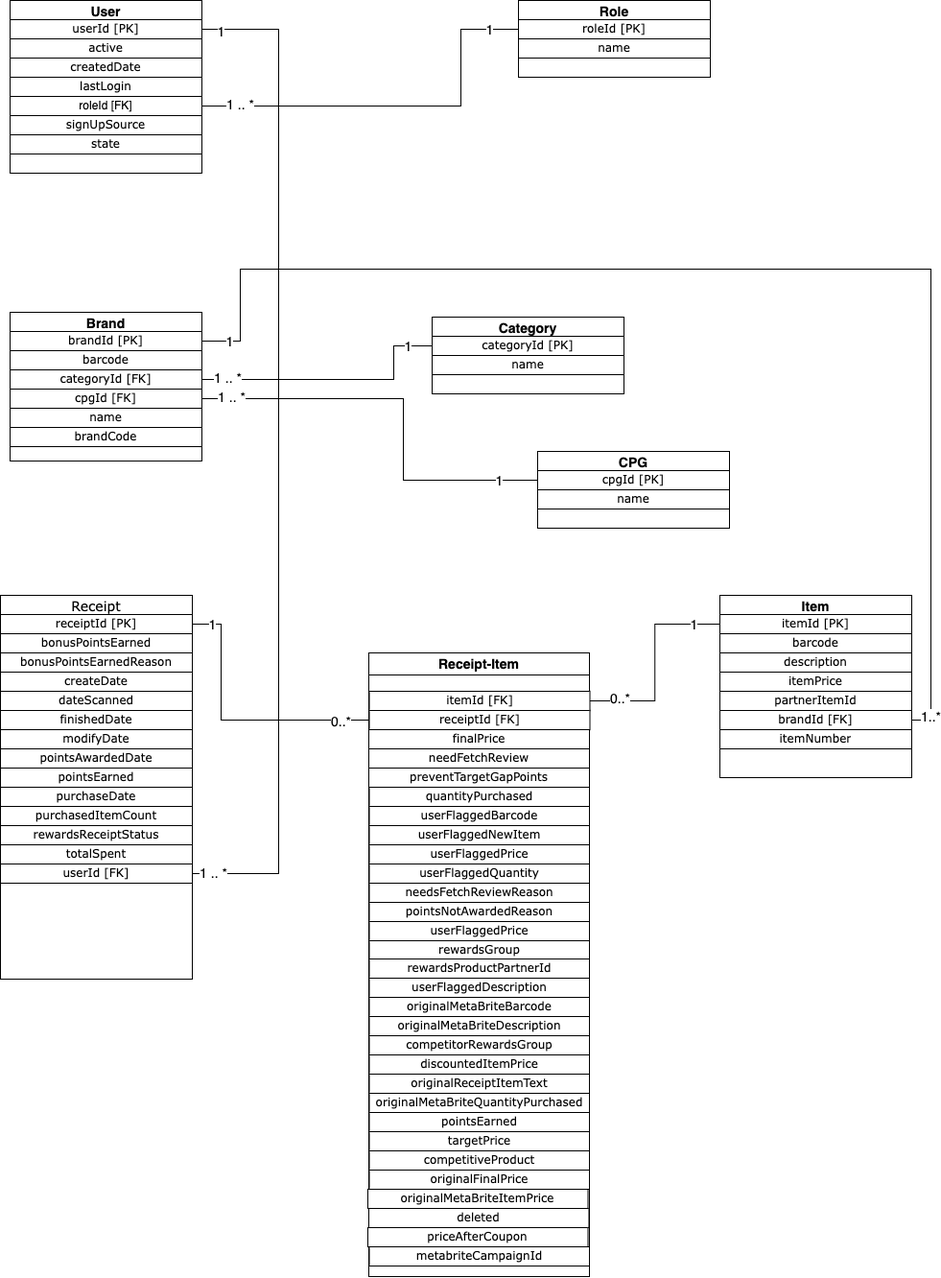
This is data-model.png from kedartakwane/data-fuse, a draw.io export, as it was before one commit. Source tidied: cells renumbered, new cells last; positions are measured from the earlier drawing's top-left corner, leaving out a move shared by most shapes.
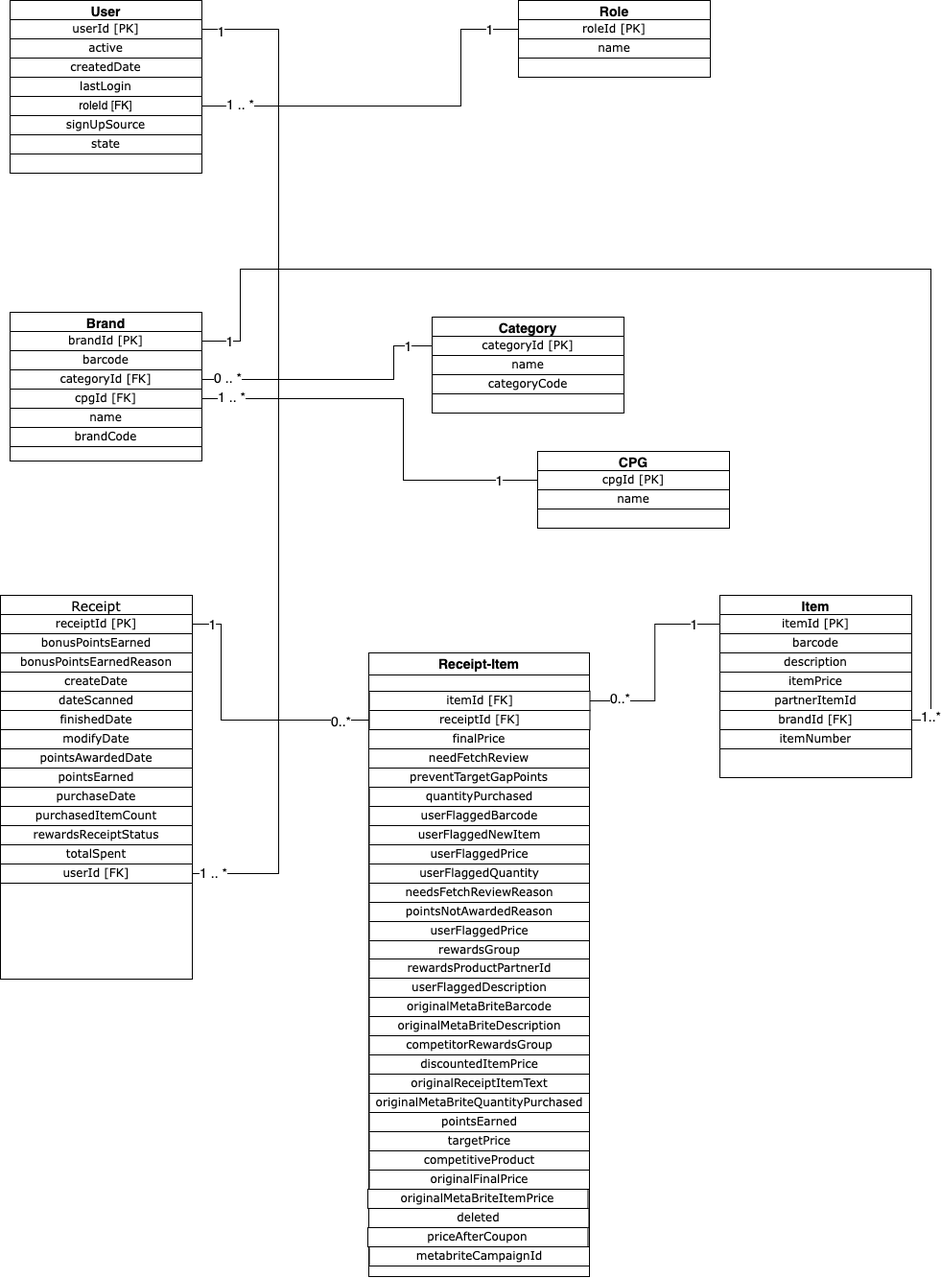
The same diagram one commit later.

Commit message:
updated data-model

Diff of the diagram source:
```diff
@@ -75,7 +75,7 @@
       <mxGeometry y="120" width="200" height="20" as="geometry" />
     </mxCell>
     <mxCell id="23" value="&lt;font style=&quot;font-size: 14px;&quot;&gt;Category&lt;/font&gt;" style="swimlane;whiteSpace=wrap;html=1;" parent="1" vertex="1">
-      <mxGeometry x="450" y="330" width="200" height="80" as="geometry" />
+      <mxGeometry x="450" y="330" width="200" height="100" as="geometry" />
     </mxCell>
     <mxCell id="24" value="&lt;font style=&quot;font-size: 12px;&quot; face=&quot;Verdana&quot;&gt;categoryId [PK]&lt;/font&gt;" style="whiteSpace=wrap;html=1;" parent="23" vertex="1">
       <mxGeometry y="20" width="200" height="20" as="geometry" />
@@ -83,6 +83,9 @@
     <mxCell id="25" value="&lt;pre style=&quot;box-sizing: border-box; overflow: auto; padding: 1px 0px; margin-top: 0px; margin-bottom: 0px; line-height: inherit; word-break: break-all; overflow-wrap: break-word; background-color: transparent; border: 0px; border-radius: 0px; vertical-align: baseline; caret-color: rgb(0, 0, 0); text-align: left;&quot;&gt;&lt;font style=&quot;font-size: 12px;&quot; face=&quot;Verdana&quot;&gt;name&lt;/font&gt;&lt;/pre&gt;" style="whiteSpace=wrap;html=1;" parent="23" vertex="1">
       <mxGeometry y="40" width="200" height="20" as="geometry" />
     </mxCell>
+    <mxCell id="101" value="&lt;pre style=&quot;box-sizing: border-box; overflow: auto; padding: 1px 0px; margin-top: 0px; margin-bottom: 0px; line-height: inherit; word-break: break-all; overflow-wrap: break-word; background-color: transparent; border: 0px; border-radius: 0px; vertical-align: baseline; caret-color: rgb(0, 0, 0); text-align: left;&quot;&gt;&lt;font face=&quot;Verdana&quot;&gt;categoryCode&lt;/font&gt;&lt;/pre&gt;" style="whiteSpace=wrap;html=1;" parent="23" vertex="1">
+      <mxGeometry y="60" width="200" height="20" as="geometry" />
+    </mxCell>
     <mxCell id="26" style="endArrow=none;html=1;rounded=0;exitX=1;exitY=0.5;exitDx=0;exitDy=0;entryX=0;entryY=0.5;entryDx=0;entryDy=0;" parent="1" edge="1" source="19" target="24">
       <mxGeometry relative="1" as="geometry">
         <Array as="points">
@@ -96,7 +99,7 @@
         <mxPoint x="-18" y="4" as="offset" />
       </mxGeometry>
     </mxCell>
-    <mxCell id="28" value="1 .. *" style="edgeLabel;html=1;align=center;verticalAlign=middle;fontSize=14;" parent="26" vertex="1">
+    <mxCell id="28" value="0 .. *" style="edgeLabel;html=1;align=center;verticalAlign=middle;fontSize=14;" parent="26" vertex="1">
       <mxGeometry x="-0.94" y="3" relative="1" as="geometry">
         <mxPoint x="18" y="1" as="offset" />
       </mxGeometry>
```
